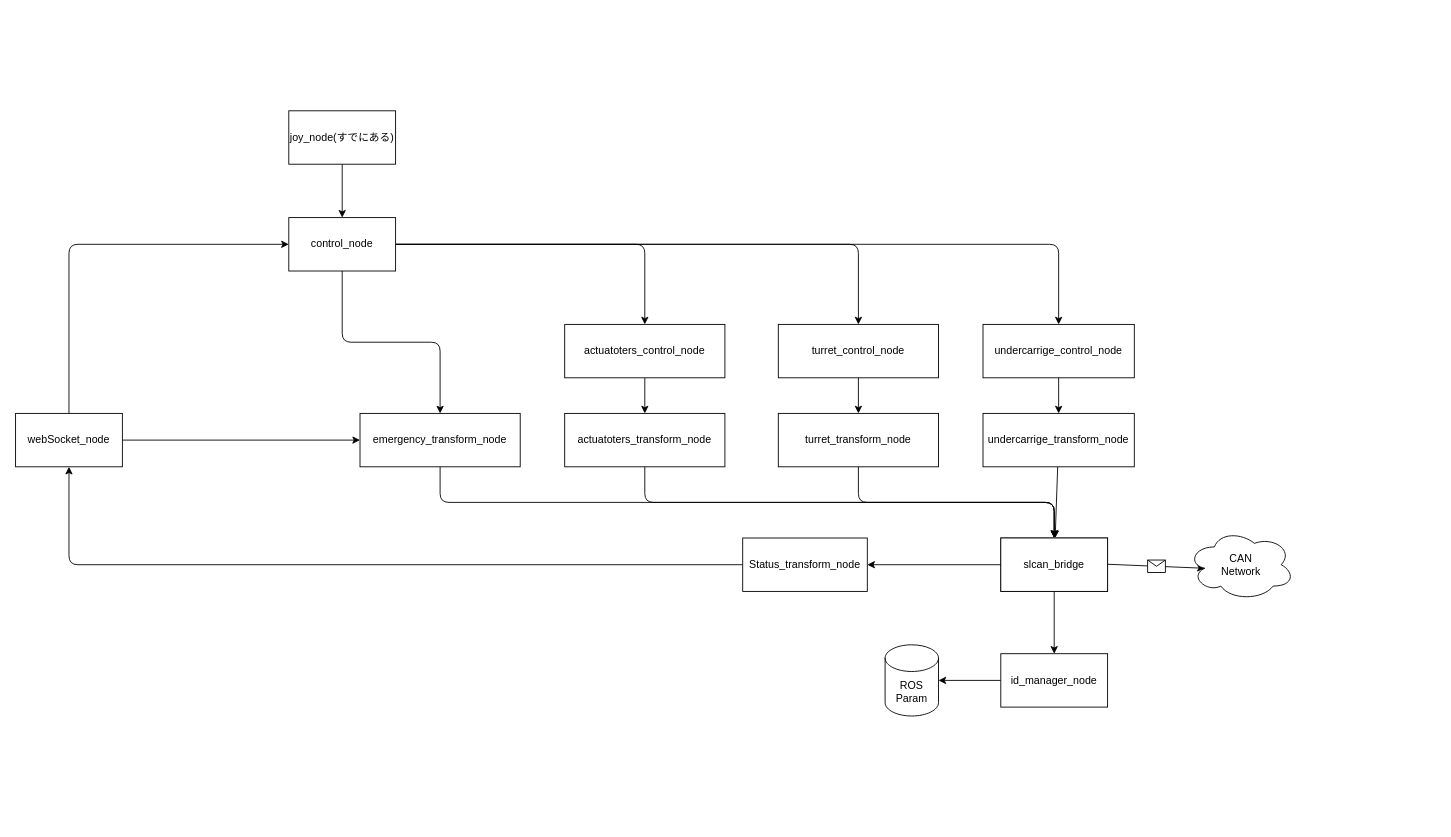
Above: Connection.drawio in IndigoCarmine/chiba_robot_senior_team (draw.io), before the change. Source tidied: cells renumbered, new cells numbered last; positions are measured from the earlier drawing's top-left corner, leaving out a move shared by most shapes. Both pictures are drawn from the tidied source at 89%, with x=0, y=0 at pixel (15, 110).
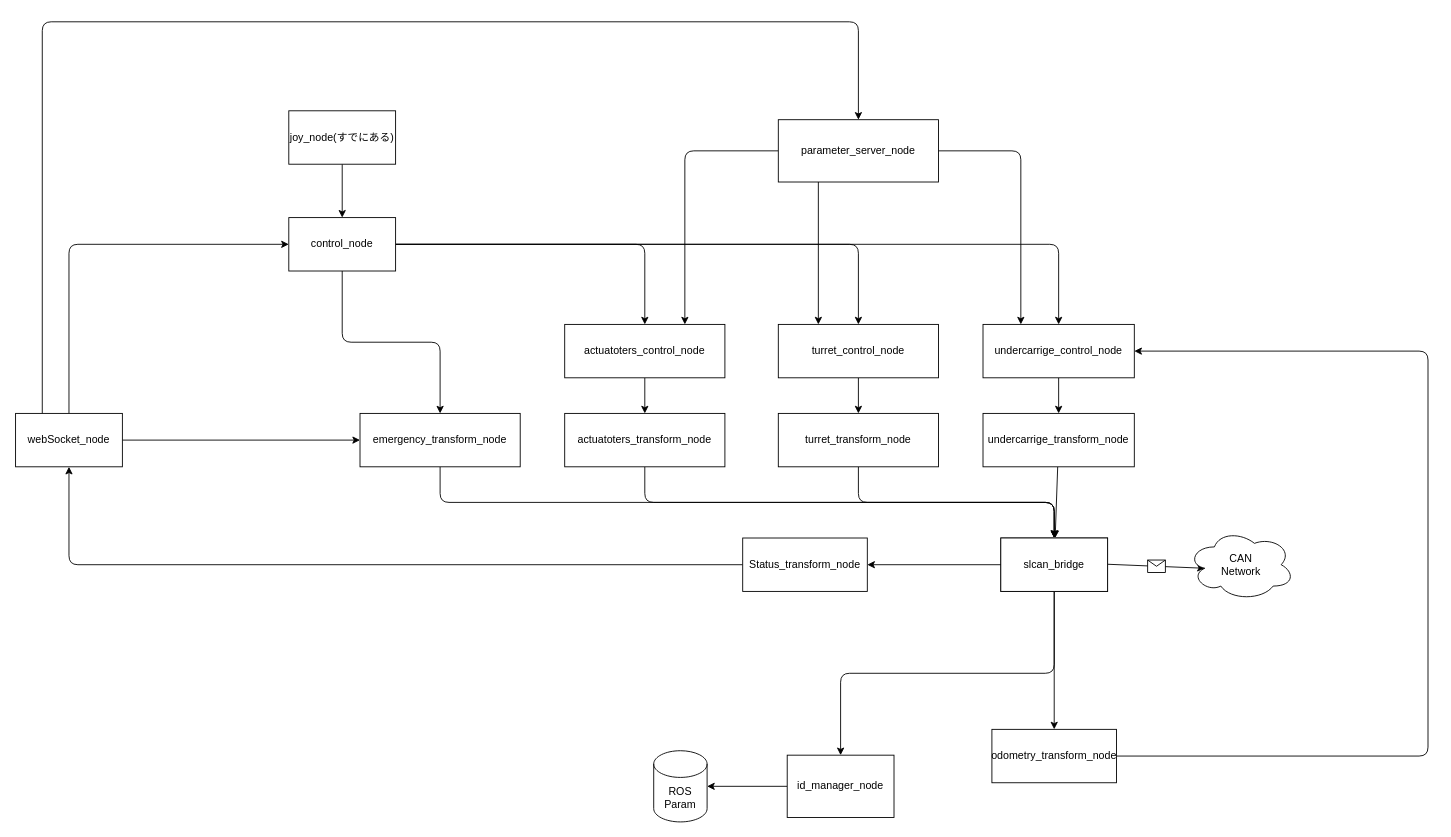
The same diagram, later.

The change refers to these unchanged cells:
```xml
<mxCell id="9" value="slcan_bridge" style="rounded=0;whiteSpace=wrap;html=1;" parent="1" vertex="1">
  <mxGeometry x="1107" y="480" width="120" height="60" as="geometry" />
</mxCell>
<mxCell id="14" value="turret_control_node" style="rounded=0;whiteSpace=wrap;html=1;" parent="1" vertex="1">
  <mxGeometry x="857" y="240" width="180" height="60" as="geometry" />
</mxCell>
<mxCell id="16" value="undercarrige_control_node" style="rounded=0;whiteSpace=wrap;html=1;" parent="1" vertex="1">
  <mxGeometry x="1087" y="240" width="170" height="60" as="geometry" />
</mxCell>
<mxCell id="27" value="webSocket_node" style="rounded=0;whiteSpace=wrap;html=1;" parent="1" vertex="1">
  <mxGeometry y="340" width="120" height="60" as="geometry" />
</mxCell>
<mxCell id="35" value="actuatoters_control_node" style="rounded=0;whiteSpace=wrap;html=1;" parent="1" vertex="1">
  <mxGeometry x="617" y="240" width="180" height="60" as="geometry" />
</mxCell>
```

The edit, as a diff of the source:
```diff
@@
+    <mxCell id="38" style="edgeStyle=orthogonalEdgeStyle;html=1;exitX=0.5;exitY=1;exitDx=0;exitDy=0;" parent="1" edge="1" source="9" target="41">
+      <mxGeometry relative="1" as="geometry" />
+    </mxCell>
@@
     <mxCell id="10" value="ROS Param" style="shape=cylinder3;whiteSpace=wrap;html=1;boundedLbl=1;backgroundOutline=1;size=15;" parent="1" vertex="1">
-      <mxGeometry x="977" y="600" width="60" height="80" as="geometry" />
+      <mxGeometry x="717" y="719" width="60" height="80" as="geometry" />
     </mxCell>
@@
+    <mxCell id="39" style="edgeStyle=orthogonalEdgeStyle;html=1;exitX=0.25;exitY=0;exitDx=0;exitDy=0;entryX=0.5;entryY=0;entryDx=0;entryDy=0;" parent="1" edge="1" source="27" target="45">
+      <mxGeometry relative="1" as="geometry">
+        <Array as="points">
+          <mxPoint x="30" y="-100" />
+          <mxPoint x="947" y="-100" />
+        </Array>
+      </mxGeometry>
+    </mxCell>
@@
     <mxCell id="31" value="id_manager_node" style="rounded=0;whiteSpace=wrap;html=1;" parent="1" vertex="1">
-      <mxGeometry x="1107" y="610" width="120" height="60" as="geometry" />
+      <mxGeometry x="867" y="724" width="120" height="70" as="geometry" />
     </mxCell>
@@
+    <mxCell id="40" style="edgeStyle=orthogonalEdgeStyle;html=1;exitX=1;exitY=0.5;exitDx=0;exitDy=0;entryX=1;entryY=0.5;entryDx=0;entryDy=0;" parent="1" edge="1" source="41" target="16">
+      <mxGeometry relative="1" as="geometry">
+        <Array as="points">
+          <mxPoint x="1587" y="725" />
+          <mxPoint x="1587" y="270" />
+        </Array>
+      </mxGeometry>
+    </mxCell>
+    <mxCell id="41" value="odometry_transform_node" style="rounded=0;whiteSpace=wrap;html=1;" parent="1" vertex="1">
+      <mxGeometry x="1097" y="695" width="140" height="60" as="geometry" />
+    </mxCell>
+    <mxCell id="42" style="edgeStyle=orthogonalEdgeStyle;html=1;exitX=0;exitY=0.5;exitDx=0;exitDy=0;entryX=0.75;entryY=0;entryDx=0;entryDy=0;" parent="1" edge="1" source="45" target="35">
+      <mxGeometry relative="1" as="geometry" />
+    </mxCell>
+    <mxCell id="43" style="edgeStyle=orthogonalEdgeStyle;html=1;exitX=0.25;exitY=1;exitDx=0;exitDy=0;entryX=0.25;entryY=0;entryDx=0;entryDy=0;" parent="1" edge="1" source="45" target="14">
+      <mxGeometry relative="1" as="geometry" />
+    </mxCell>
+    <mxCell id="44" style="edgeStyle=orthogonalEdgeStyle;html=1;exitX=1;exitY=0.5;exitDx=0;exitDy=0;entryX=0.25;entryY=0;entryDx=0;entryDy=0;" parent="1" edge="1" source="45" target="16">
+      <mxGeometry relative="1" as="geometry" />
+    </mxCell>
+    <mxCell id="45" value="parameter_server_node" style="rounded=0;whiteSpace=wrap;html=1;" parent="1" vertex="1">
+      <mxGeometry x="857" y="10" width="180" height="70" as="geometry" />
+    </mxCell>
```
